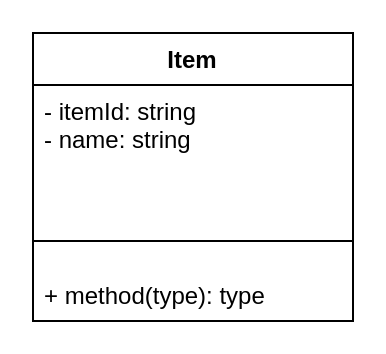
Before: Untitled Diagram.drawio in K38104011/naming-convention, a draw.io diagram. Source tidied: cells renumbered, new cells numbered last; positions are measured from the earlier drawing's top-left corner, leaving out a move shared by most shapes. Both pictures are drawn from the tidied source at 200%, with x=0, y=0 at pixel (32, 32).
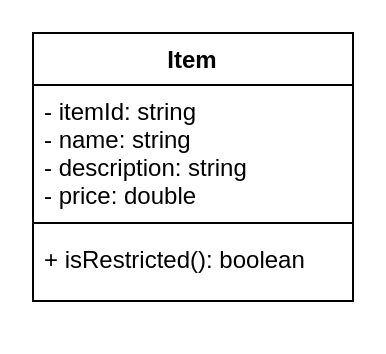
Above is the later version.

What changed in the source:
```diff
@@
 <mxGraphModel>
   <root>
     <mxCell id="0" />
     <mxCell id="1" parent="0" />
-    <mxCell id="2" value="Item" style="swimlane;fontStyle=1;align=center;verticalAlign=top;horizontal=1;startSize=26;fontColor=none;" parent="1" vertex="1">
-      <mxGeometry width="160" height="144" as="geometry" />
+    <mxCell id="2" value="Item" style="swimlane;fontStyle=1;align=center;verticalAlign=top;horizontal=1;startSize=26;fillColor=none;" parent="1" vertex="1">
+      <mxGeometry width="160" height="134" as="geometry" />
     </mxCell>
-    <mxCell id="3" value="- itemId: string&#10;- name: string&#10;" style="text;strokeColor=none;fillColor=none;align=left;verticalAlign=top;spacingLeft=4;spacingRight=4;overflow=hidden;fontColor=none;" parent="2" vertex="1">
+    <mxCell id="3" value="- itemId: string&#10;- name: string&#10;- description: string&#10;- price: double" style="text;fillColor=none;align=left;verticalAlign=top;spacingLeft=4;spacingRight=4;overflow=hidden;" parent="2" vertex="1">
       <mxGeometry y="26" width="160" height="64" as="geometry" />
     </mxCell>
-    <mxCell id="4" style="line;strokeWidth=1;fillColor=none;align=left;verticalAlign=middle;spacingTop=-1;spacingLeft=3;spacingRight=3;labelPosition=right;fontColor=none;" parent="2" vertex="1">
-      <mxGeometry y="90" width="160" height="28" as="geometry" />
+    <mxCell id="4" style="line;strokeWidth=1;fillColor=none;align=left;verticalAlign=middle;spacingTop=-1;spacingLeft=3;spacingRight=3;labelPosition=right;" parent="2" vertex="1">
+      <mxGeometry y="90" width="160" height="10" as="geometry" />
     </mxCell>
-    <mxCell id="5" value="+ method(type): type" style="text;strokeColor=none;fillColor=none;align=left;verticalAlign=top;spacingLeft=4;spacingRight=4;overflow=hidden;fontColor=none;" parent="2" vertex="1">
-      <mxGeometry y="118" width="160" height="26" as="geometry" />
+    <mxCell id="5" value="+ isRestricted(): boolean" style="text;fillColor=none;align=left;verticalAlign=top;spacingLeft=4;spacingRight=4;overflow=hidden;" parent="2" vertex="1">
+      <mxGeometry y="100" width="160" height="34" as="geometry" />
     </mxCell>
   </root>
 </mxGraphModel>
```
